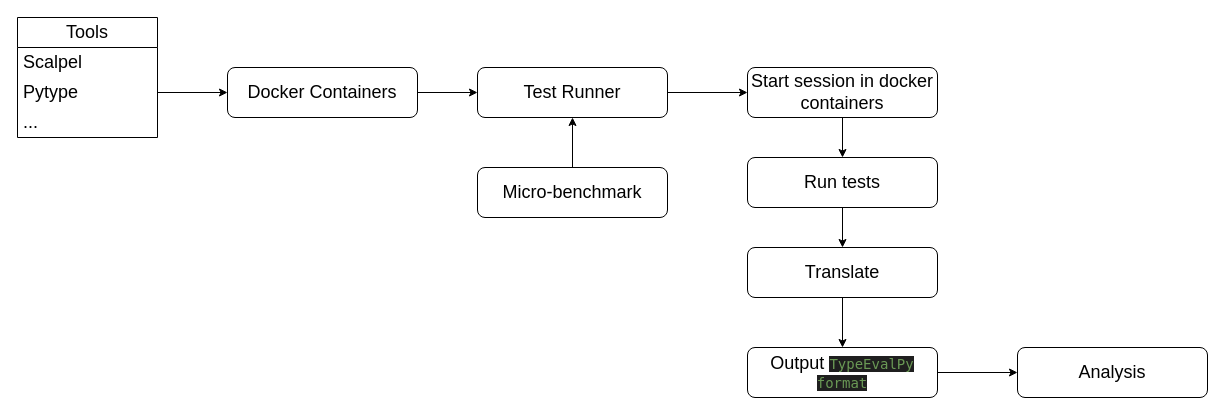
Before: page "TypeEvalPy" (1 of 3) of docs/design.drawio in secure-software-engineering/TypeEvalPy, a draw.io diagram. Source tidied: cells renumbered, new cells numbered last; positions are measured from the earlier drawing's top-left corner, leaving out a move shared by most shapes. Both pictures are drawn from the tidied source at 100%, with x=0, y=0 at pixel (17, 17).
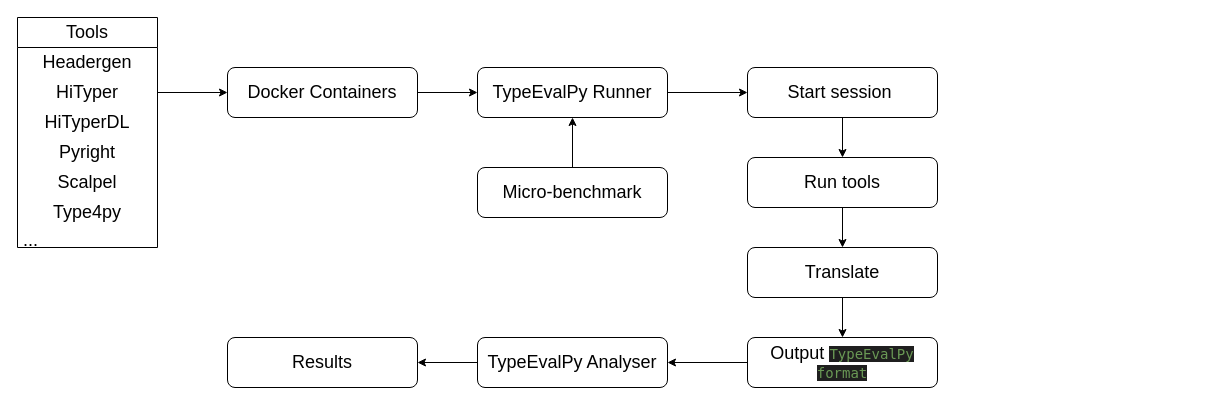
The same diagram, later.

Commit message (it also covers changes not shown here):
Results | Top_n_exact_match table

Unchanged cells that the change refers to:
```xml
<mxCell id="3" value="&lt;font style=&quot;font-size: 18px;&quot;&gt;Micro-benchmark&lt;/font&gt;" style="rounded=1;whiteSpace=wrap;html=1;" parent="1" vertex="1">
  <mxGeometry x="460" y="150" width="190" height="50" as="geometry" />
</mxCell>
<mxCell id="5" value="&lt;font style=&quot;font-size: 18px;&quot;&gt;Docker Containers&lt;br&gt;&lt;/font&gt;" style="rounded=1;whiteSpace=wrap;html=1;" parent="1" vertex="1">
  <mxGeometry x="210" y="50" width="190" height="50" as="geometry" />
</mxCell>
<mxCell id="18" value="&lt;span style=&quot;font-size: 18px;&quot;&gt;Translate&lt;br&gt;&lt;/span&gt;" style="rounded=1;whiteSpace=wrap;html=1;" parent="1" vertex="1">
  <mxGeometry x="730" y="230" width="190" height="50" as="geometry" />
</mxCell>
```

What changed in the source:
```diff
@@
-    <mxCell id="2" style="edgeStyle=none;html=1;exitX=0.5;exitY=0;exitDx=0;exitDy=0;entryX=0.5;entryY=1;entryDx=0;entryDy=0;fontSize=18;" parent="1" edge="1" source="3" target="12">
-      <mxGeometry relative="1" as="geometry" />
-    </mxCell>
+    <mxCell id="22" style="edgeStyle=none;html=1;exitX=0.5;exitY=0;exitDx=0;exitDy=0;entryX=0.5;entryY=1;entryDx=0;entryDy=0;fontSize=18;" parent="1" edge="1" source="3" target="31">
+      <mxGeometry relative="1" as="geometry" />
+    </mxCell>
@@
-    <mxCell id="4" style="edgeStyle=none;html=1;exitX=1;exitY=0.5;exitDx=0;exitDy=0;entryX=0;entryY=0.5;entryDx=0;entryDy=0;fontSize=18;" parent="1" edge="1" source="5" target="12">
-      <mxGeometry relative="1" as="geometry" />
-    </mxCell>
+    <mxCell id="23" style="edgeStyle=none;html=1;exitX=1;exitY=0.5;exitDx=0;exitDy=0;entryX=0;entryY=0.5;entryDx=0;entryDy=0;fontSize=18;" parent="1" edge="1" source="5" target="31">
+      <mxGeometry relative="1" as="geometry" />
+    </mxCell>
@@
     <mxCell id="6" value="Tools" style="swimlane;fontStyle=0;horizontal=1;startSize=30;whiteSpace=wrap;html=1;fontSize=18;" parent="1" vertex="1">
-      <mxGeometry width="140" height="120" as="geometry" />
+      <mxGeometry width="140" height="230" as="geometry" />
     </mxCell>
+    <mxCell id="24" value="&lt;div style=&quot;&quot;&gt;&lt;span style=&quot;background-color: initial;&quot;&gt;Headergen&lt;/span&gt;&lt;/div&gt;" style="text;strokeColor=none;fillColor=none;align=center;verticalAlign=middle;spacingLeft=4;spacingRight=4;overflow=hidden;whiteSpace=wrap;html=1;fontSize=18;" parent="6" vertex="1">
+      <mxGeometry y="30" width="140" height="30" as="geometry" />
+    </mxCell>
+    <mxCell id="25" value="HiTyper" style="text;strokeColor=none;fillColor=none;align=center;verticalAlign=middle;spacingLeft=4;spacingRight=4;overflow=hidden;points=[[0,0.5],[1,0.5]];portConstraint=eastwest;whiteSpace=wrap;html=1;fontSize=18;" parent="6" vertex="1">
+      <mxGeometry y="60" width="140" height="30" as="geometry" />
+    </mxCell>
+    <mxCell id="26" value="HiTyperDL" style="text;strokeColor=none;fillColor=none;align=center;verticalAlign=middle;spacingLeft=4;spacingRight=4;overflow=hidden;whiteSpace=wrap;html=1;fontSize=18;" parent="6" vertex="1">
+      <mxGeometry y="90" width="140" height="30" as="geometry" />
+    </mxCell>
+    <mxCell id="27" value="Pyright" style="text;strokeColor=none;fillColor=none;align=center;verticalAlign=middle;spacingLeft=4;spacingRight=4;overflow=hidden;whiteSpace=wrap;html=1;fontSize=18;" parent="6" vertex="1">
+      <mxGeometry y="120" width="140" height="30" as="geometry" />
+    </mxCell>
-    <mxCell id="7" value="Scalpel" style="text;strokeColor=none;fillColor=none;align=left;verticalAlign=middle;spacingLeft=4;spacingRight=4;overflow=hidden;whiteSpace=wrap;html=1;fontSize=18;" parent="6" vertex="1">
-      <mxGeometry y="30" width="140" height="30" as="geometry" />
+    <mxCell id="7" value="Scalpel" style="text;strokeColor=none;fillColor=none;align=center;verticalAlign=middle;spacingLeft=4;spacingRight=4;overflow=hidden;whiteSpace=wrap;html=1;fontSize=18;" parent="6" vertex="1">
+      <mxGeometry y="150" width="140" height="30" as="geometry" />
     </mxCell>
-    <mxCell id="8" value="Pytype" style="text;strokeColor=none;fillColor=none;align=left;verticalAlign=middle;spacingLeft=4;spacingRight=4;overflow=hidden;points=[[0,0.5],[1,0.5]];portConstraint=eastwest;whiteSpace=wrap;html=1;fontSize=18;" parent="6" vertex="1">
-      <mxGeometry y="60" width="140" height="30" as="geometry" />
-    </mxCell>
+    <mxCell id="28" value="Type4py" style="text;strokeColor=none;fillColor=none;align=center;verticalAlign=middle;spacingLeft=4;spacingRight=4;overflow=hidden;whiteSpace=wrap;html=1;fontSize=18;" parent="6" vertex="1">
+      <mxGeometry y="180" width="140" height="30" as="geometry" />
+    </mxCell>
     <mxCell id="9" value="..." style="text;strokeColor=none;fillColor=none;align=left;verticalAlign=middle;spacingLeft=4;spacingRight=4;overflow=hidden;whiteSpace=wrap;html=1;fontSize=18;" parent="6" vertex="1">
-      <mxGeometry y="90" width="140" height="30" as="geometry" />
+      <mxGeometry y="210" width="140" height="20" as="geometry" />
     </mxCell>
-    <mxCell id="10" style="edgeStyle=none;html=1;exitX=1;exitY=0.5;exitDx=0;exitDy=0;entryX=0;entryY=0.5;entryDx=0;entryDy=0;fontSize=18;" parent="1" edge="1" source="8" target="5">
-      <mxGeometry relative="1" as="geometry" />
-    </mxCell>
-    <mxCell id="11" style="edgeStyle=none;html=1;fontSize=18;" parent="1" edge="1" source="12" target="14">
-      <mxGeometry relative="1" as="geometry" />
-    </mxCell>
-    <mxCell id="12" value="&lt;span style=&quot;font-size: 18px;&quot;&gt;Test Runner&lt;br&gt;&lt;/span&gt;" style="rounded=1;whiteSpace=wrap;html=1;" parent="1" vertex="1">
-      <mxGeometry x="460" y="50" width="190" height="50" as="geometry" />
-    </mxCell>
-    <mxCell id="13" style="edgeStyle=none;html=1;fontSize=18;" parent="1" edge="1" source="14" target="16">
-      <mxGeometry relative="1" as="geometry" />
-    </mxCell>
-    <mxCell id="14" value="&lt;span style=&quot;font-size: 18px;&quot;&gt;Start session in docker containers&lt;br&gt;&lt;/span&gt;" style="rounded=1;whiteSpace=wrap;html=1;" parent="1" vertex="1">
-      <mxGeometry x="730" y="50" width="190" height="50" as="geometry" />
-    </mxCell>
-    <mxCell id="15" style="edgeStyle=none;html=1;fontSize=18;" parent="1" edge="1" source="16" target="18">
-      <mxGeometry relative="1" as="geometry" />
-    </mxCell>
-    <mxCell id="16" value="&lt;span style=&quot;font-size: 18px;&quot;&gt;Run tests&lt;br&gt;&lt;/span&gt;" style="rounded=1;whiteSpace=wrap;html=1;" parent="1" vertex="1">
-      <mxGeometry x="730" y="140" width="190" height="50" as="geometry" />
-    </mxCell>
+    <mxCell id="29" style="edgeStyle=none;html=1;exitX=1;exitY=0.5;exitDx=0;exitDy=0;entryX=0;entryY=0.5;entryDx=0;entryDy=0;fontSize=18;" parent="1" edge="1" source="25" target="5">
+      <mxGeometry relative="1" as="geometry" />
+    </mxCell>
+    <mxCell id="30" style="edgeStyle=none;html=1;fontSize=18;" parent="1" edge="1" source="31" target="33">
+      <mxGeometry relative="1" as="geometry" />
+    </mxCell>
+    <mxCell id="31" value="&lt;span style=&quot;font-size: 18px;&quot;&gt;TypeEvalPy Runner&lt;br&gt;&lt;/span&gt;" style="rounded=1;whiteSpace=wrap;html=1;" parent="1" vertex="1">
+      <mxGeometry x="460" y="50" width="190" height="50" as="geometry" />
+    </mxCell>
+    <mxCell id="32" style="edgeStyle=none;html=1;fontSize=18;" parent="1" edge="1" source="33" target="35">
+      <mxGeometry relative="1" as="geometry" />
+    </mxCell>
+    <mxCell id="33" value="&lt;span style=&quot;font-size: 18px;&quot;&gt;Start session&amp;nbsp;&lt;br&gt;&lt;/span&gt;" style="rounded=1;whiteSpace=wrap;html=1;" parent="1" vertex="1">
+      <mxGeometry x="730" y="50" width="190" height="50" as="geometry" />
+    </mxCell>
+    <mxCell id="34" style="edgeStyle=none;html=1;fontSize=18;" parent="1" edge="1" source="35" target="18">
+      <mxGeometry relative="1" as="geometry" />
+    </mxCell>
+    <mxCell id="35" value="&lt;span style=&quot;font-size: 18px;&quot;&gt;Run tools&lt;br&gt;&lt;/span&gt;" style="rounded=1;whiteSpace=wrap;html=1;" parent="1" vertex="1">
+      <mxGeometry x="730" y="140" width="190" height="50" as="geometry" />
+    </mxCell>
@@
-    <mxCell id="19" style="edgeStyle=none;html=1;fontSize=18;" parent="1" edge="1" source="20" target="21">
-      <mxGeometry relative="1" as="geometry" />
-    </mxCell>
+    <mxCell id="36" style="edgeStyle=none;html=1;fontSize=18;" parent="1" edge="1" source="20" target="38">
+      <mxGeometry relative="1" as="geometry" />
+    </mxCell>
     <mxCell id="20" value="&lt;span style=&quot;font-size: 18px;&quot;&gt;Output&amp;nbsp;&lt;/span&gt;&lt;span style=&quot;color: rgb(106, 153, 85); background-color: rgb(31, 31, 31); font-family: &amp;quot;Droid Sans Mono&amp;quot;, &amp;quot;monospace&amp;quot;, monospace; font-size: 14px;&quot;&gt;TypeEvalPy format&lt;/span&gt;" style="rounded=1;whiteSpace=wrap;html=1;" parent="1" vertex="1">
-      <mxGeometry x="730" y="330" width="190" height="50" as="geometry" />
+      <mxGeometry x="730" y="320" width="190" height="50" as="geometry" />
     </mxCell>
-    <mxCell id="21" value="&lt;span style=&quot;font-size: 18px;&quot;&gt;Analysis&lt;/span&gt;" style="rounded=1;whiteSpace=wrap;html=1;" parent="1" vertex="1">
-      <mxGeometry x="1000" y="330" width="190" height="50" as="geometry" />
-    </mxCell>
+    <mxCell id="37" style="edgeStyle=none;html=1;" parent="1" edge="1" source="38" target="39">
+      <mxGeometry relative="1" as="geometry" />
+    </mxCell>
+    <mxCell id="38" value="&lt;span style=&quot;font-size: 18px;&quot;&gt;TypeEvalPy Analyser&lt;/span&gt;" style="rounded=1;whiteSpace=wrap;html=1;" parent="1" vertex="1">
+      <mxGeometry x="460" y="320" width="190" height="50" as="geometry" />
+    </mxCell>
+    <mxCell id="39" value="&lt;span style=&quot;font-size: 18px;&quot;&gt;Results&lt;/span&gt;" style="rounded=1;whiteSpace=wrap;html=1;" parent="1" vertex="1">
+      <mxGeometry x="210" y="320" width="190" height="50" as="geometry" />
+    </mxCell>
```
